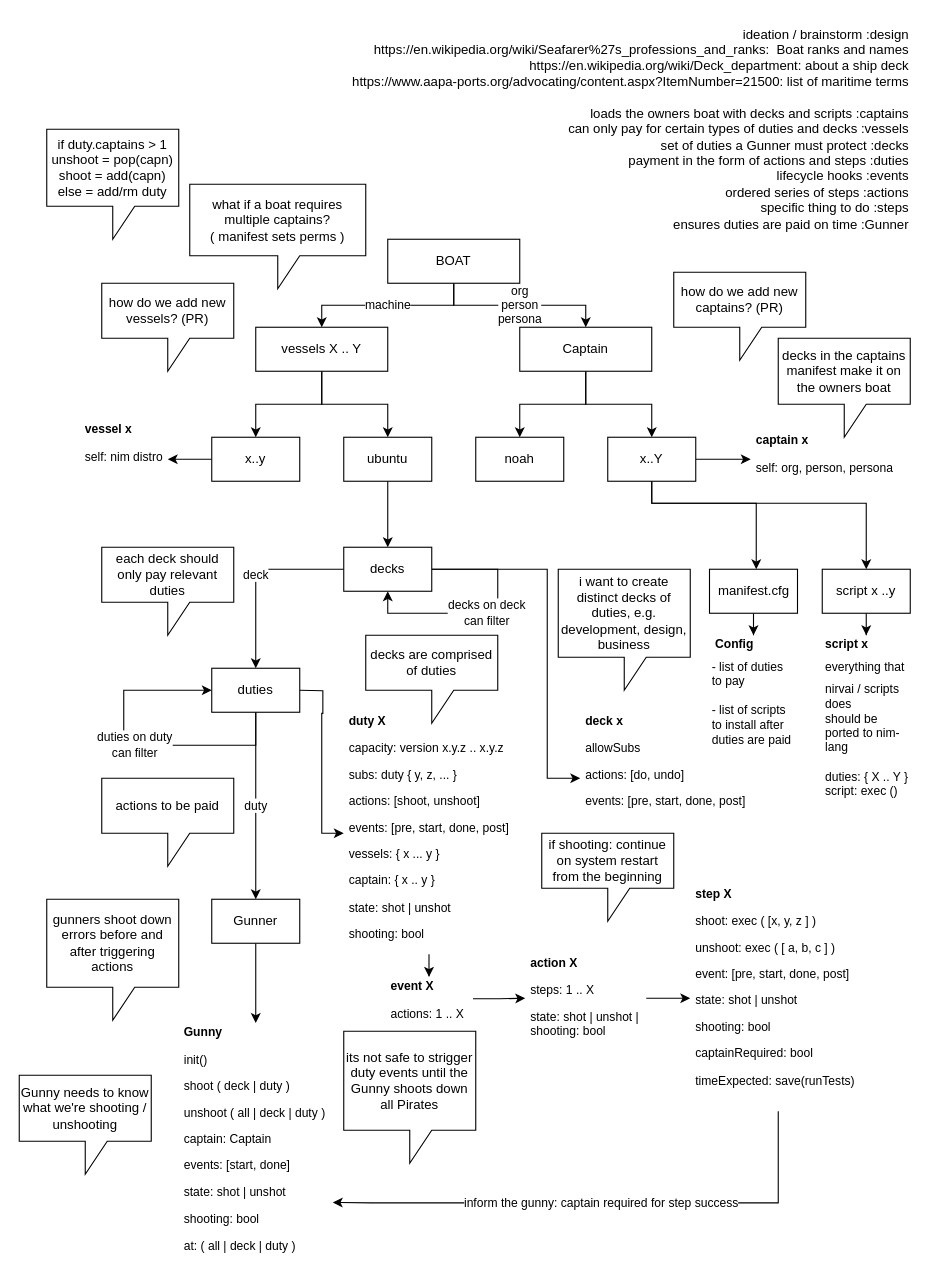
Before: page "ideation" (1 of 4) of ADRs/boat_design.drawio in noahehall/boat, a draw.io diagram. Source tidied: cells renumbered, new cells numbered last; positions are measured from the earlier drawing's top-left corner, leaving out a move shared by most shapes. Both pictures are drawn from the tidied source at 110%, with x=0, y=0 at pixel (19, 19).
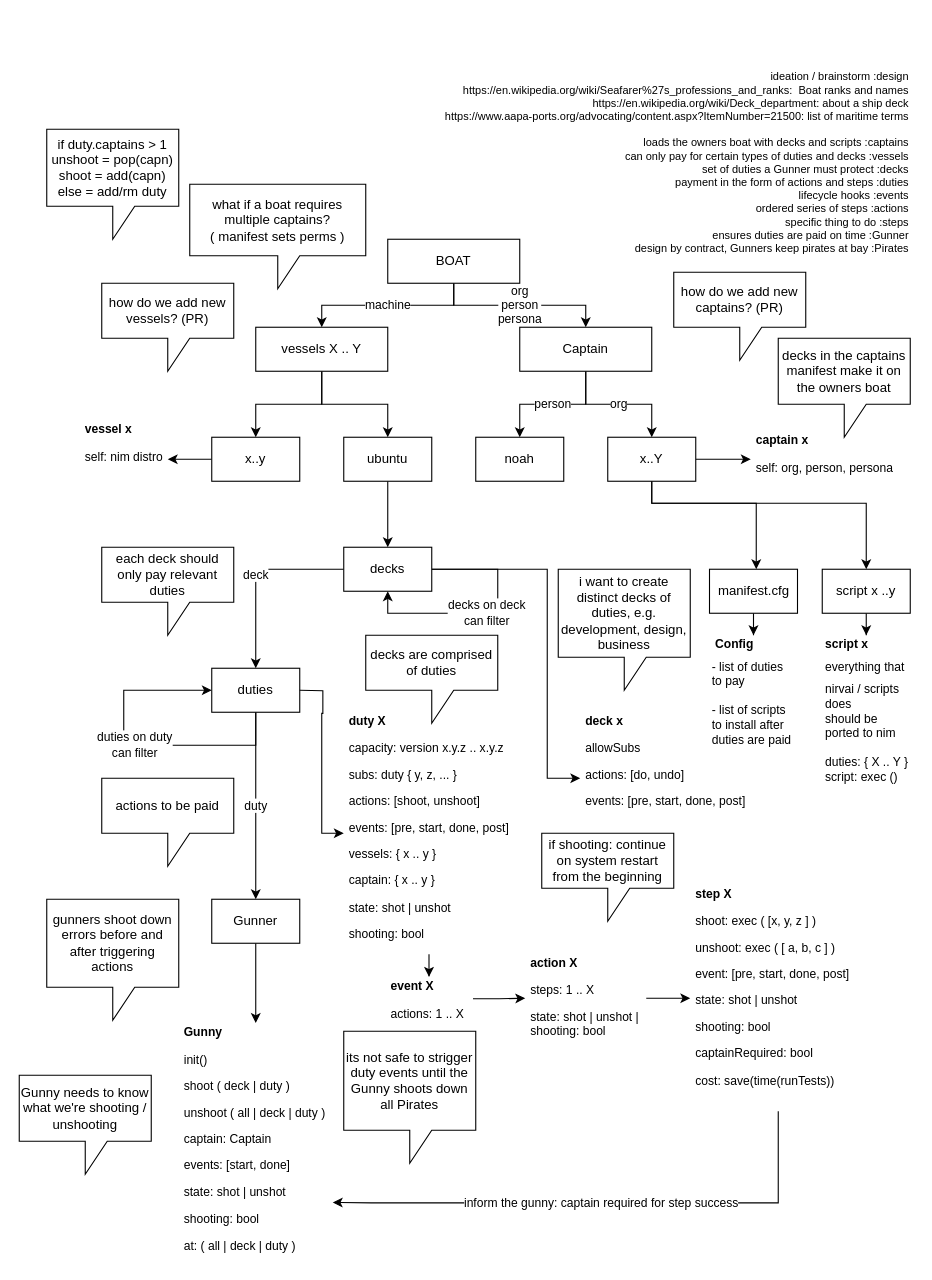
After the change.

The change refers to these unchanged cells:
```xml
<mxCell id="11" value="Captain" style="whiteSpace=wrap;html=1;" parent="1" vertex="1">
  <mxGeometry x="455" y="280" width="120" height="40" as="geometry" />
</mxCell>
<mxCell id="17" value="noah" style="whiteSpace=wrap;html=1;" parent="1" vertex="1">
  <mxGeometry x="415" y="380" width="80" height="40" as="geometry" />
</mxCell>
<mxCell id="19" value="x..Y" style="whiteSpace=wrap;html=1;" parent="1" vertex="1">
  <mxGeometry x="535" y="380" width="80" height="40" as="geometry" />
</mxCell>
```

What changed in the source:
```diff
@@
-    <mxCell id="2" value="&amp;nbsp;ideation / brainstorm :design&lt;br&gt;https://en.wikipedia.org/wiki/Seafarer%27s_professions_and_ranks:&amp;nbsp; Boat ranks and names&lt;br&gt;https://en.wikipedia.org/wiki/Deck_department: about a ship deck&lt;br&gt;https://www.aapa-ports.org/advocating/content.aspx?ItemNumber=21500: list of maritime terms&lt;br&gt;&lt;br&gt;&amp;nbsp; loads the owners boat with decks and scripts :captains&lt;br&gt;&amp;nbsp;can only pay for certain types of duties and decks :vessels&lt;br&gt;&amp;nbsp;set of duties a Gunner must protect :decks&lt;br&gt;&amp;nbsp;payment in the form of actions and steps :duties&lt;br&gt;&amp;nbsp;lifecycle hooks :events&lt;br&gt;&amp;nbsp; &amp;nbsp;ordered series of steps :actions&lt;br&gt;&amp;nbsp;specific thing to do :steps&lt;br&gt;&amp;nbsp;ensures duties are paid on time :Gunner" style="text;html=1;align=right;verticalAlign=middle;strokeColor=none;fillColor=none;" parent="1" vertex="1">
-      <mxGeometry x="280" width="530" height="200" as="geometry" />
+    <mxCell id="2" value="&amp;nbsp;ideation / brainstorm :design&lt;br style=&quot;font-size: 10px;&quot;&gt;https://en.wikipedia.org/wiki/Seafarer%27s_professions_and_ranks:&amp;nbsp; Boat ranks and names&lt;br style=&quot;font-size: 10px;&quot;&gt;https://en.wikipedia.org/wiki/Deck_department: about a ship deck&lt;br style=&quot;font-size: 10px;&quot;&gt;https://www.aapa-ports.org/advocating/content.aspx?ItemNumber=21500: list of maritime terms&lt;br style=&quot;font-size: 10px;&quot;&gt;&lt;br style=&quot;font-size: 10px;&quot;&gt;&amp;nbsp; loads the owners boat with decks and scripts :captains&lt;br style=&quot;font-size: 10px;&quot;&gt;&amp;nbsp;can only pay for certain types of duties and decks :vessels&lt;br style=&quot;font-size: 10px;&quot;&gt;&amp;nbsp;set of duties a Gunner must protect :decks&lt;br style=&quot;font-size: 10px;&quot;&gt;&amp;nbsp;payment in the form of actions and steps :duties&lt;br style=&quot;font-size: 10px;&quot;&gt;&amp;nbsp;lifecycle hooks :events&lt;br style=&quot;font-size: 10px;&quot;&gt;&amp;nbsp; &amp;nbsp;ordered series of steps :actions&lt;br style=&quot;font-size: 10px;&quot;&gt;&amp;nbsp;specific thing to do :steps&lt;br style=&quot;font-size: 10px;&quot;&gt;&amp;nbsp;ensures duties are paid on time :Gunner&lt;br style=&quot;font-size: 10px;&quot;&gt;&amp;nbsp;design by contract, Gunners keep pirates at bay :Pirates" style="text;html=1;align=right;verticalAlign=middle;strokeColor=none;fillColor=none;fontSize=10;" parent="1" vertex="1">
+      <mxGeometry x="360" y="40" width="450" height="180" as="geometry" />
     </mxCell>
@@
-    <mxCell id="9" style="edgeStyle=orthogonalEdgeStyle;rounded=0;jettySize=auto;html=1;" parent="1" edge="1" source="11" target="17">
+    <mxCell id="9" value="person" style="edgeStyle=orthogonalEdgeStyle;rounded=0;jettySize=auto;html=1;" parent="1" edge="1" source="11" target="17">
       <mxGeometry relative="1" as="geometry" />
     </mxCell>
-    <mxCell id="10" style="edgeStyle=orthogonalEdgeStyle;rounded=0;jettySize=auto;html=1;" parent="1" edge="1" source="11" target="19">
+    <mxCell id="10" value="org" style="edgeStyle=orthogonalEdgeStyle;rounded=0;jettySize=auto;html=1;" parent="1" edge="1" source="11" target="19">
       <mxGeometry relative="1" as="geometry" />
     </mxCell>
@@
-    <mxCell id="37" value="&lt;h1 style=&quot;font-size: 11px;&quot;&gt;duty X&lt;/h1&gt;&lt;p style=&quot;font-size: 11px;&quot;&gt;capacity: version x.y.z .. x.y.z&lt;/p&gt;&lt;p style=&quot;font-size: 11px;&quot;&gt;subs: duty { y, z, ... }&lt;/p&gt;&lt;p style=&quot;font-size: 11px;&quot;&gt;actions: [shoot, unshoot]&lt;/p&gt;&lt;p style=&quot;font-size: 11px;&quot;&gt;events: [pre, start, done, post]&lt;/p&gt;&lt;p style=&quot;font-size: 11px;&quot;&gt;vessels: { x ... y }&lt;/p&gt;&lt;p style=&quot;font-size: 11px;&quot;&gt;captain: { x .. y }&lt;/p&gt;&lt;p style=&quot;font-size: 11px;&quot;&gt;state: shot | unshot&lt;/p&gt;&lt;p style=&quot;font-size: 11px;&quot;&gt;shooting: bool&lt;/p&gt;" style="text;html=1;strokeColor=none;fillColor=none;spacing=5;spacingTop=-15;whiteSpace=wrap;overflow=hidden;rounded=0;comic=0;fontSize=11;" parent="1" vertex="1">
+    <mxCell id="37" value="&lt;h1 style=&quot;font-size: 11px;&quot;&gt;duty X&lt;/h1&gt;&lt;p style=&quot;font-size: 11px;&quot;&gt;capacity: version x.y.z .. x.y.z&lt;/p&gt;&lt;p style=&quot;font-size: 11px;&quot;&gt;subs: duty { y, z, ... }&lt;/p&gt;&lt;p style=&quot;font-size: 11px;&quot;&gt;actions: [shoot, unshoot]&lt;/p&gt;&lt;p style=&quot;font-size: 11px;&quot;&gt;events: [pre, start, done, post]&lt;/p&gt;&lt;p style=&quot;font-size: 11px;&quot;&gt;vessels: { x .. y }&lt;/p&gt;&lt;p style=&quot;font-size: 11px;&quot;&gt;captain: { x .. y }&lt;/p&gt;&lt;p style=&quot;font-size: 11px;&quot;&gt;state: shot | unshot&lt;/p&gt;&lt;p style=&quot;font-size: 11px;&quot;&gt;shooting: bool&lt;/p&gt;" style="text;html=1;strokeColor=none;fillColor=none;spacing=5;spacingTop=-15;whiteSpace=wrap;overflow=hidden;rounded=0;comic=0;fontSize=11;" parent="1" vertex="1">
       <mxGeometry x="295" y="630" width="155" height="220" as="geometry" />
     </mxCell>
@@
-    <mxCell id="43" value="&lt;h1 style=&quot;font-size: 11px;&quot;&gt;step X&lt;/h1&gt;&lt;p style=&quot;font-size: 11px;&quot;&gt;shoot: exec ( [x, y, z ] )&lt;/p&gt;&lt;p style=&quot;font-size: 11px;&quot;&gt;unshoot: exec ( [ a, b, c ] )&lt;/p&gt;&lt;p style=&quot;font-size: 11px;&quot;&gt;event: [pre, start, done, post]&lt;/p&gt;&lt;p style=&quot;font-size: 11px;&quot;&gt;state: shot | unshot&lt;/p&gt;&lt;p style=&quot;font-size: 11px;&quot;&gt;shooting: bool&lt;/p&gt;&lt;p style=&quot;font-size: 11px;&quot;&gt;captainRequired: bool&lt;/p&gt;&lt;p style=&quot;font-size: 11px;&quot;&gt;timeExpected: save(runTests)&lt;/p&gt;" style="text;html=1;strokeColor=none;fillColor=none;spacing=5;spacingTop=-15;whiteSpace=wrap;overflow=hidden;rounded=0;comic=0;fontSize=11;" parent="1" vertex="1">
+    <mxCell id="43" value="&lt;h1 style=&quot;font-size: 11px;&quot;&gt;step X&lt;/h1&gt;&lt;p style=&quot;font-size: 11px;&quot;&gt;shoot: exec ( [x, y, z ] )&lt;/p&gt;&lt;p style=&quot;font-size: 11px;&quot;&gt;unshoot: exec ( [ a, b, c ] )&lt;/p&gt;&lt;p style=&quot;font-size: 11px;&quot;&gt;event: [pre, start, done, post]&lt;/p&gt;&lt;p style=&quot;font-size: 11px;&quot;&gt;state: shot | unshot&lt;/p&gt;&lt;p style=&quot;font-size: 11px;&quot;&gt;shooting: bool&lt;/p&gt;&lt;p style=&quot;font-size: 11px;&quot;&gt;captainRequired: bool&lt;/p&gt;&lt;p style=&quot;font-size: 11px;&quot;&gt;cost: save(time(runTests))&lt;/p&gt;" style="text;html=1;strokeColor=none;fillColor=none;spacing=5;spacingTop=-15;whiteSpace=wrap;overflow=hidden;rounded=0;comic=0;fontSize=11;" parent="1" vertex="1">
       <mxGeometry x="610" y="787.2" width="160" height="205.6" as="geometry" />
     </mxCell>
@@
-    <mxCell id="55" value="&lt;h1 style=&quot;font-size: 11px;&quot;&gt;&lt;span style=&quot;background-color: initial;&quot;&gt;script x&amp;nbsp;&lt;/span&gt;&lt;/h1&gt;&lt;h1 style=&quot;font-size: 11px;&quot;&gt;&lt;span style=&quot;font-weight: 400;&quot;&gt;everything that&lt;/span&gt;&lt;/h1&gt;&lt;div&gt;&lt;span style=&quot;font-weight: 400;&quot;&gt;nirvai / scripts does&lt;/span&gt;&lt;/div&gt;&lt;div&gt;&lt;span style=&quot;font-weight: 400;&quot;&gt;should be ported to nim-lang&lt;/span&gt;&lt;/div&gt;&lt;div&gt;&lt;span style=&quot;font-weight: 400;&quot;&gt;&lt;br&gt;&lt;/span&gt;&lt;/div&gt;&lt;div&gt;&lt;span style=&quot;font-weight: 400;&quot;&gt;duties: { X .. Y }&lt;/span&gt;&lt;/div&gt;&lt;div&gt;script: exec ()&lt;/div&gt;" style="text;html=1;strokeColor=none;fillColor=none;spacing=5;spacingTop=-15;whiteSpace=wrap;overflow=hidden;rounded=0;comic=0;fontSize=11;" parent="1" vertex="1">
+    <mxCell id="55" value="&lt;h1 style=&quot;font-size: 11px;&quot;&gt;&lt;span style=&quot;background-color: initial;&quot;&gt;script x&amp;nbsp;&lt;/span&gt;&lt;/h1&gt;&lt;h1 style=&quot;font-size: 11px;&quot;&gt;&lt;span style=&quot;font-weight: 400;&quot;&gt;everything that&lt;/span&gt;&lt;/h1&gt;&lt;div&gt;&lt;span style=&quot;font-weight: 400;&quot;&gt;nirvai / scripts does&lt;/span&gt;&lt;/div&gt;&lt;div&gt;&lt;span style=&quot;font-weight: 400;&quot;&gt;should be ported to nim&lt;/span&gt;&lt;/div&gt;&lt;div&gt;&lt;span style=&quot;font-weight: 400;&quot;&gt;&lt;br&gt;&lt;/span&gt;&lt;/div&gt;&lt;div&gt;&lt;span style=&quot;font-weight: 400;&quot;&gt;duties: { X .. Y }&lt;/span&gt;&lt;/div&gt;&lt;div&gt;script: exec ()&lt;/div&gt;" style="text;html=1;strokeColor=none;fillColor=none;spacing=5;spacingTop=-15;whiteSpace=wrap;overflow=hidden;rounded=0;comic=0;fontSize=11;" parent="1" vertex="1">
       <mxGeometry x="727.5" y="560" width="85" height="210" as="geometry" />
     </mxCell>
```
